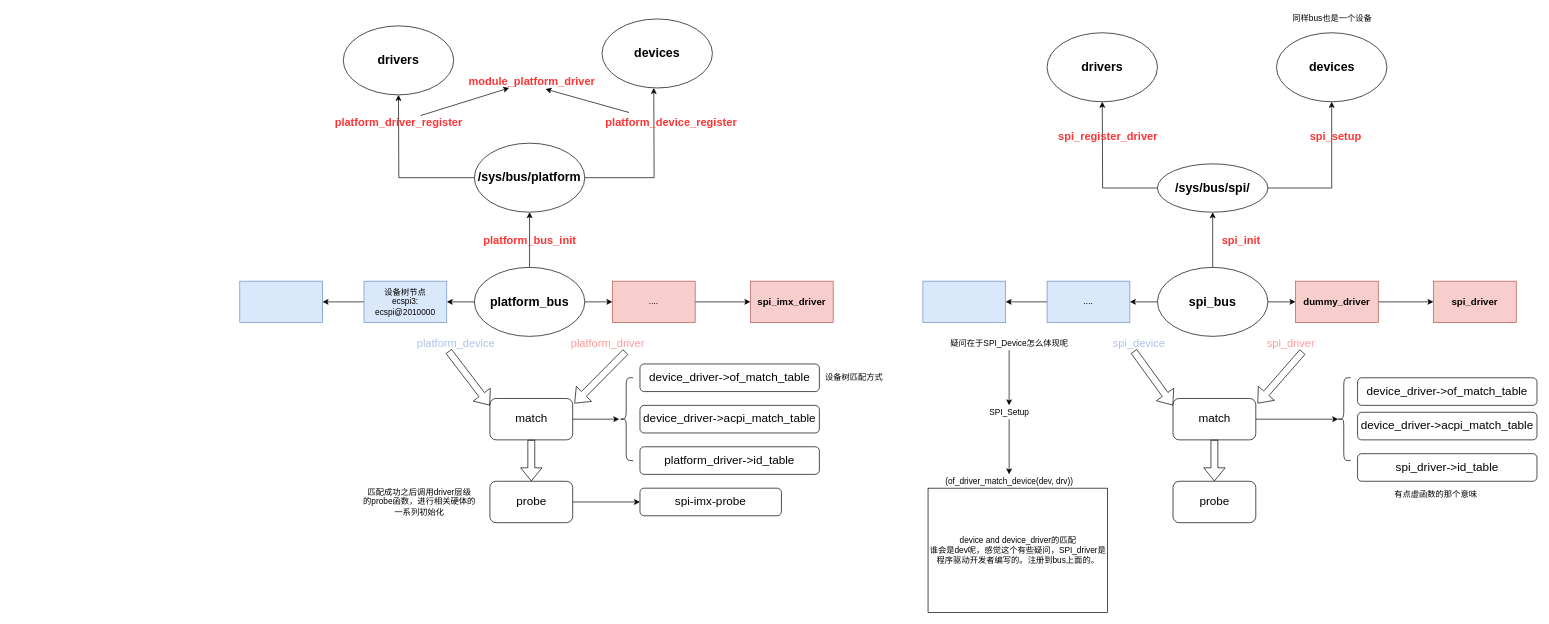
This is spi_subsystem.drawio from Victor-zyy/blog, a draw.io file, before an edit. Source tidied: cells renumbered, new cells numbered last; positions are measured from the earlier drawing's top-left corner, leaving out a move shared by most shapes. Both pictures are drawn from the tidied source at 69%, with x=0, y=0 at pixel (239, 12).
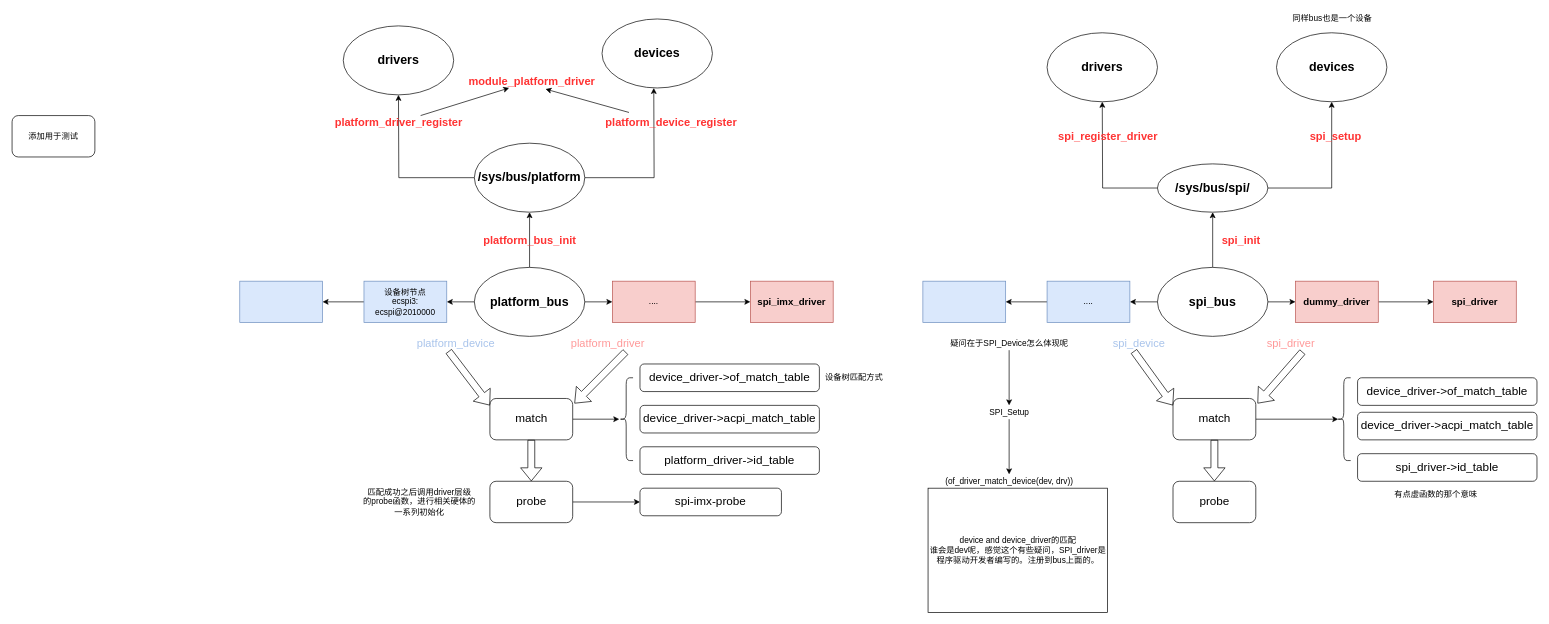
After the change.

What changed in the source:
```diff
@@
+    <mxCell id="77" value="添加用于测试" style="rounded=1;whiteSpace=wrap;html=1;" parent="1" vertex="1">
+      <mxGeometry x="-330" y="150" width="120" height="60" as="geometry" />
+    </mxCell>
```
